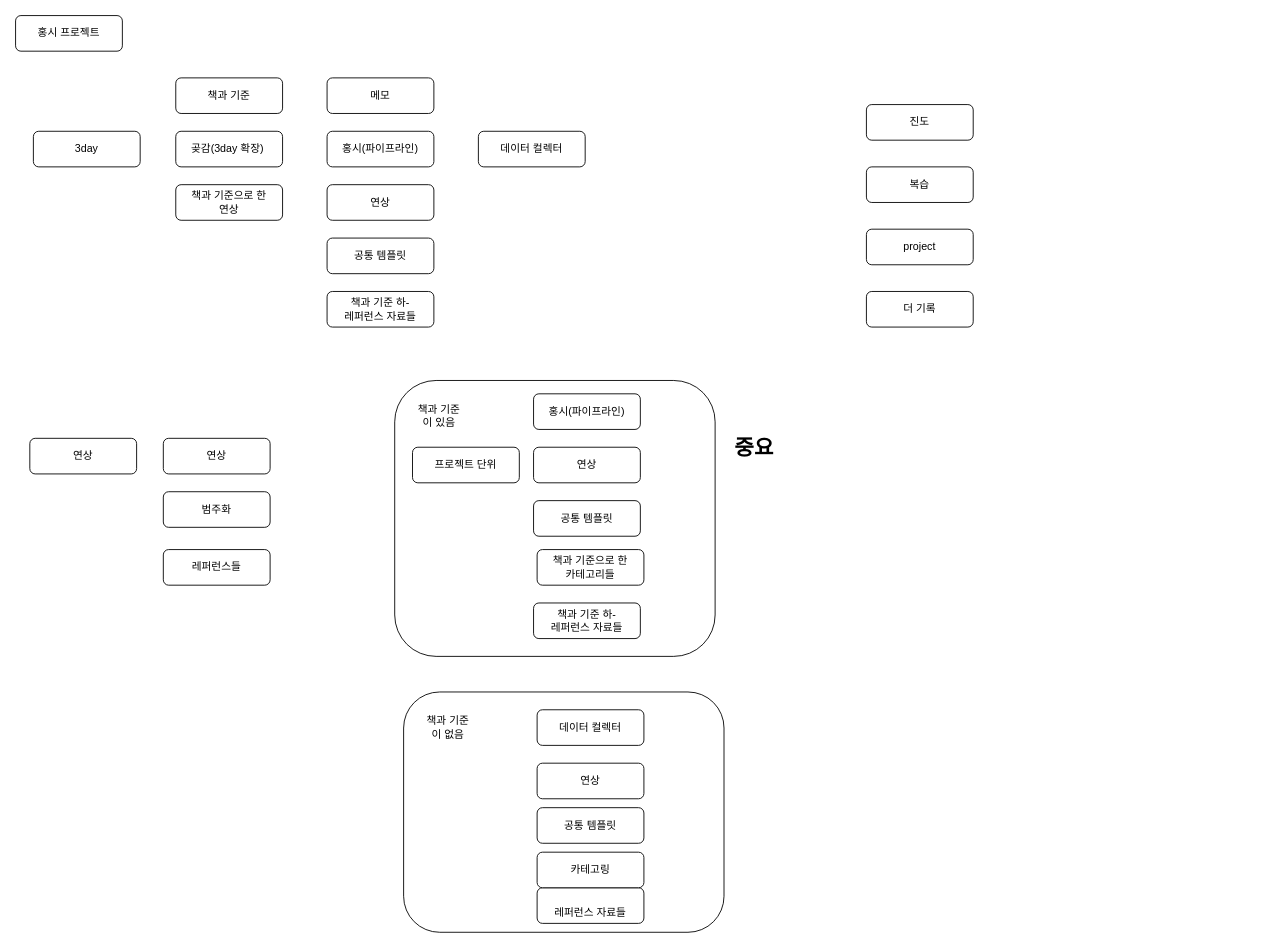
Earlier version of the draw.io diagram 제목 없는 다이어그램.drawio (Third-tool/thirdtool-backend). Source tidied: cells renumbered, new cells numbered last; positions are measured from the earlier drawing's top-left corner, leaving out a move shared by most shapes. Both pictures are drawn from the tidied source at 89%, with x=0, y=0 at pixel (15, 15).
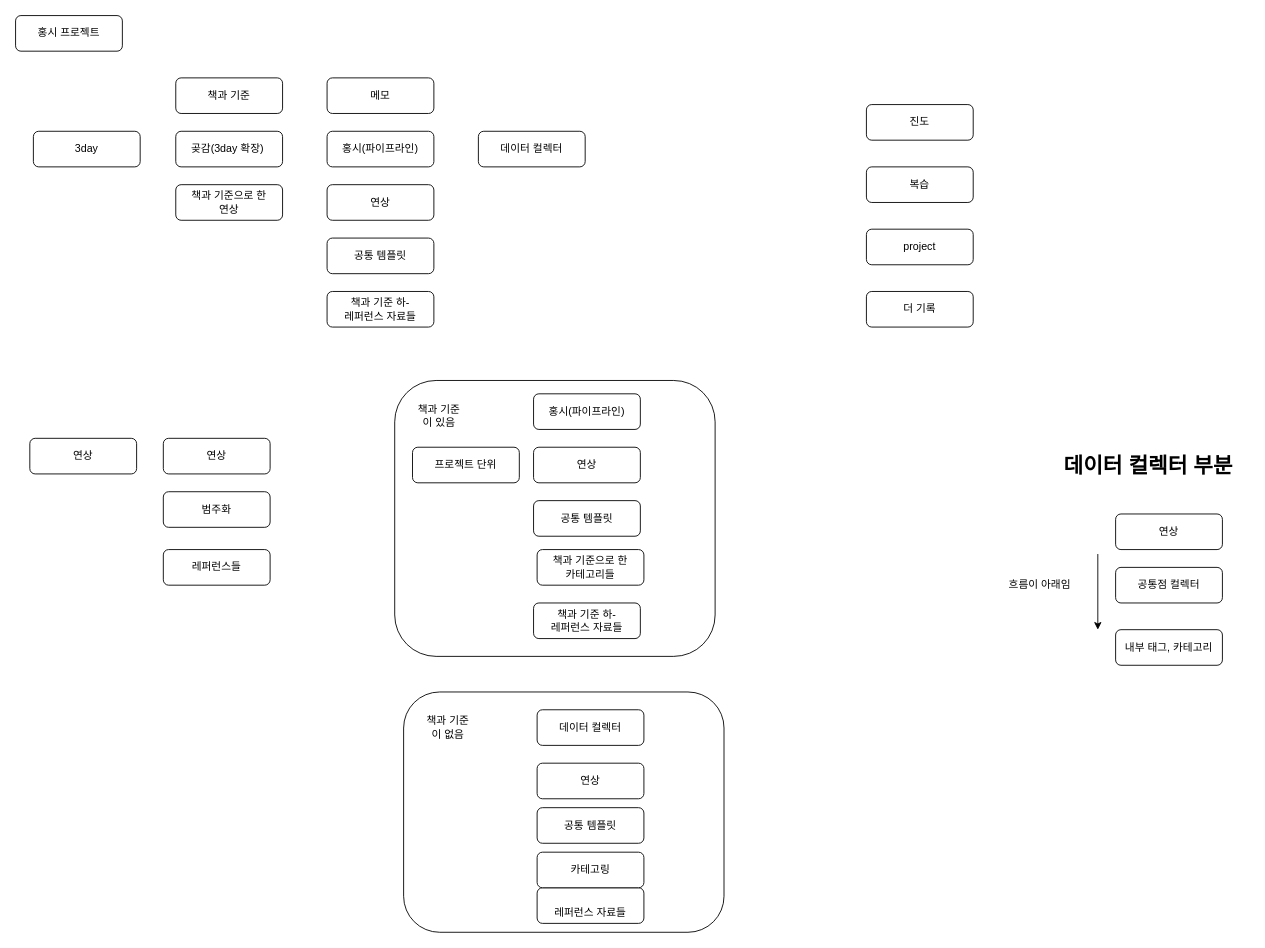
The same diagram, later.

Commit message:
제목 없는 다이어그램.drawio 업데이트

The edit, as a diff of the source:
```diff
@@
-    <mxCell id="32" value="&lt;h1 style=&quot;margin-top: 0px;&quot;&gt;중요&lt;/h1&gt;&lt;p&gt;&lt;br&gt;&lt;/p&gt;" style="text;html=1;whiteSpace=wrap;overflow=hidden;rounded=0;" parent="1" vertex="1">
-      <mxGeometry x="806" y="465" width="180" height="120" as="geometry" />
+    <mxCell id="32" value="&lt;h1 style=&quot;margin-top: 0px;&quot;&gt;데이터 컬렉터 부분&lt;/h1&gt;&lt;p&gt;&lt;br&gt;&lt;/p&gt;" style="text;html=1;whiteSpace=wrap;overflow=hidden;rounded=0;" parent="1" vertex="1">
+      <mxGeometry x="1176" y="485" width="210" height="120" as="geometry" />
     </mxCell>
@@
+    <mxCell id="37" value="연상" style="rounded=1;whiteSpace=wrap;html=1;" parent="1" vertex="1">
+      <mxGeometry x="1236" y="560" width="120" height="40" as="geometry" />
+    </mxCell>
+    <mxCell id="38" value="공통점 컬렉터" style="rounded=1;whiteSpace=wrap;html=1;" parent="1" vertex="1">
+      <mxGeometry x="1236" y="620" width="120" height="40" as="geometry" />
+    </mxCell>
+    <mxCell id="39" value="내부 태그, 카테고리" style="rounded=1;whiteSpace=wrap;html=1;" parent="1" vertex="1">
+      <mxGeometry x="1236" y="690" width="120" height="40" as="geometry" />
+    </mxCell>
+    <mxCell id="40" style="endArrow=classic;html=1;rounded=0;" parent="1" edge="1">
+      <mxGeometry relative="1" as="geometry">
+        <mxPoint x="1216" y="605" as="sourcePoint" />
+        <mxPoint x="1216" y="690" as="targetPoint" />
+      </mxGeometry>
+    </mxCell>
+    <mxCell id="41" value="흐름이 아래임" style="text;html=1;whiteSpace=wrap;strokeColor=none;fillColor=none;align=center;verticalAlign=middle;rounded=0;" parent="1" vertex="1">
+      <mxGeometry x="1106" y="615" width="90" height="50" as="geometry" />
+    </mxCell>
```
